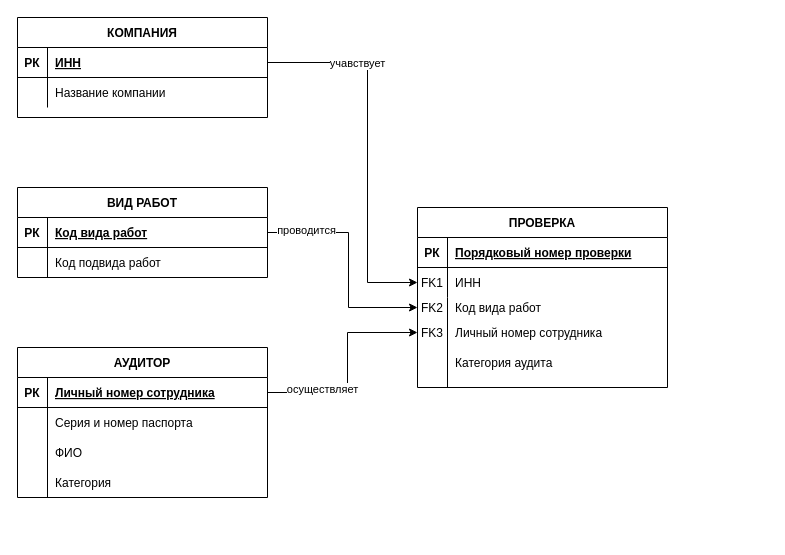
The draw.io diagram Диаграмма практика БД.drawio in lyudmilareshetyuk/practice-system-Gauss, before the edit. Source tidied: cells renumbered, new cells numbered last; positions are measured from the earlier drawing's top-left corner, leaving out a move shared by most shapes. Both pictures are drawn from the tidied source at 100%, with x=0, y=0 at pixel (17, 17).
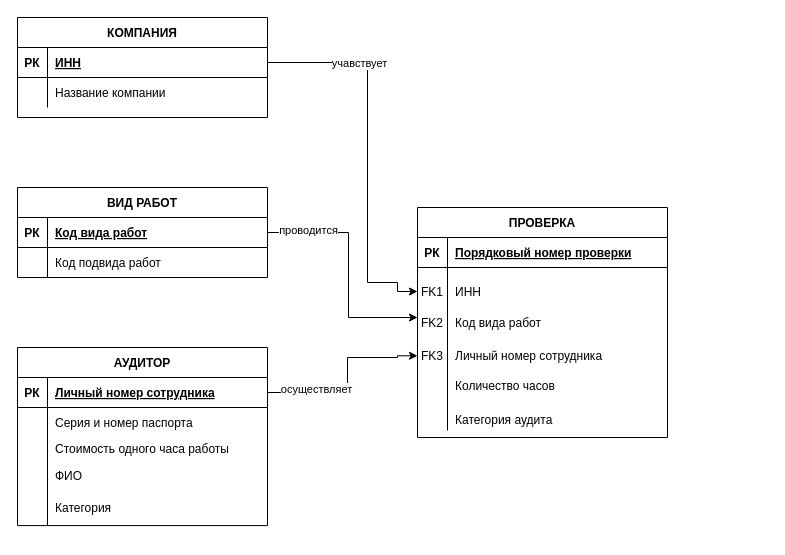
Above is the later version.

Unchanged cells that the change refers to:
```xml
<mxCell id="3" style="shape=partialRectangle;fillColor=none;points=[[0,0.5],[1,0.5]];portConstraint=eastwest;top=0;left=0;right=0;bottom=1;" parent="2" vertex="1">
  <mxGeometry y="30" width="250" height="30" as="geometry" />
</mxCell>
<mxCell id="10" style="shape=partialRectangle;fillColor=none;points=[[0,0.5],[1,0.5]];portConstraint=eastwest;top=0;left=0;right=0;bottom=1;" parent="9" vertex="1">
  <mxGeometry y="30" width="250" height="30" as="geometry" />
</mxCell>
<mxCell id="38" style="shape=partialRectangle;fillColor=none;points=[[0,0.5],[1,0.5]];portConstraint=eastwest;top=0;left=0;right=0;bottom=1;" parent="37" vertex="1">
  <mxGeometry y="30" width="250" height="30" as="geometry" />
</mxCell>
```

Change to the diagram source:
```diff
@@
     <mxCell id="16" style="group;" parent="1" vertex="1">
-      <mxGeometry x="400" y="190" width="250" height="180" as="geometry" />
+      <mxGeometry x="400" y="190" width="350" height="230" as="geometry" />
     </mxCell>
     <mxCell id="17" value="ПРОВЕРКА" style="shape=table;startSize=30;childLayout=tableLayout;rowLines=0;fontStyle=1;align=center;" parent="16" vertex="1">
-      <mxGeometry width="250" height="180" as="geometry" />
+      <mxGeometry width="250" height="230" as="geometry" />
     </mxCell>
@@
     <mxCell id="24" style="shape=partialRectangle;fillColor=none;top=0;left=0;right=0;bottom=0;" parent="16" vertex="1">
-      <mxGeometry y="140" width="250" height="30" as="geometry" />
+      <mxGeometry y="160" width="250" height="36.5" as="geometry" />
     </mxCell>
     <mxCell id="25" style="shape=partialRectangle;overflow=hidden;fillColor=none;top=0;left=0;bottom=0;right=0;" parent="24" vertex="1">
-      <mxGeometry width="30" height="30" as="geometry" />
+      <mxGeometry width="30" height="36.5" as="geometry" />
     </mxCell>
-    <mxCell id="26" value="Категория аудита" style="shape=partialRectangle;overflow=hidden;fillColor=none;top=0;left=0;bottom=0;right=0;align=left;spacingLeft=6;" parent="24" vertex="1">
-      <mxGeometry x="30" width="220" height="30" as="geometry" />
+    <mxCell id="26" value="Количество часов" style="shape=partialRectangle;overflow=hidden;fillColor=none;top=0;left=0;bottom=0;right=0;align=left;spacingLeft=6;" parent="24" vertex="1">
+      <mxGeometry x="30" width="220" height="36.5" as="geometry" />
     </mxCell>
     <mxCell id="27" style="shape=partialRectangle;fillColor=none;points=[[0,0.5],[1,0.5]];portConstraint=eastwest;top=0;left=0;right=0;bottom=0;" parent="16" vertex="1">
-      <mxGeometry y="60" width="250" height="30" as="geometry" />
+      <mxGeometry y="65.7" width="250" height="36.5" as="geometry" />
     </mxCell>
-    <mxCell id="28" value="FK1" style="shape=partialRectangle;overflow=hidden;fillColor=none;top=0;left=0;bottom=0;right=0;" parent="27" vertex="1">
-      <mxGeometry width="30" height="30" as="geometry" />
-    </mxCell>
     <mxCell id="29" value="ИНН" style="shape=partialRectangle;overflow=hidden;fillColor=none;top=0;left=0;bottom=0;right=0;align=left;spacingLeft=6;" parent="27" vertex="1">
-      <mxGeometry x="30" width="220" height="30" as="geometry" />
+      <mxGeometry x="30" width="220" height="36.5" as="geometry" />
     </mxCell>
     <mxCell id="30" value="Код вида работ" style="shape=partialRectangle;overflow=hidden;fillColor=none;top=0;left=0;bottom=0;right=0;align=left;spacingLeft=6;" parent="16" vertex="1">
-      <mxGeometry x="30" y="85" width="220" height="30" as="geometry" />
+      <mxGeometry x="30" y="96.7" width="220" height="36.5" as="geometry" />
     </mxCell>
     <mxCell id="31" value="FK2" style="shape=partialRectangle;overflow=hidden;fillColor=none;top=0;left=0;bottom=0;right=0;" parent="16" vertex="1">
-      <mxGeometry y="85" width="30" height="30" as="geometry" />
+      <mxGeometry y="96.7" width="30" height="36.5" as="geometry" />
     </mxCell>
     <mxCell id="32" style="shape=partialRectangle;fillColor=none;points=[[0,0.5],[1,0.5]];portConstraint=eastwest;top=0;left=0;right=0;bottom=0;" parent="16" vertex="1">
-      <mxGeometry y="110" width="250" height="30" as="geometry" />
+      <mxGeometry y="130" width="250" height="36.5" as="geometry" />
     </mxCell>
     <mxCell id="33" value="FK3" style="shape=partialRectangle;overflow=hidden;fillColor=none;top=0;left=0;bottom=0;right=0;" parent="32" vertex="1">
-      <mxGeometry width="30" height="30" as="geometry" />
+      <mxGeometry width="30" height="36.5" as="geometry" />
     </mxCell>
     <mxCell id="34" value="Личный номер сотрудника" style="shape=partialRectangle;overflow=hidden;fillColor=none;top=0;left=0;bottom=0;right=0;align=left;spacingLeft=6;" parent="32" vertex="1">
-      <mxGeometry x="30" width="220" height="30" as="geometry" />
+      <mxGeometry x="30" width="220" height="36.5" as="geometry" />
     </mxCell>
-    <mxCell id="35" style="endArrow=none;html=1;rounded=0;strokeColor=#000000;" parent="16" edge="1">
+    <mxCell id="35" style="endArrow=none;html=1;rounded=0;strokeColor=#000000;exitX=0.12;exitY=1.06;exitDx=0;exitDy=0;exitPerimeter=0;" parent="16" edge="1" source="58">
       <mxGeometry relative="1" as="geometry">
-        <mxPoint x="30" y="180" as="sourcePoint" />
-        <mxPoint x="30" y="90" as="targetPoint" />
+        <mxPoint x="30" y="80" as="targetPoint" />
       </mxGeometry>
     </mxCell>
+    <mxCell id="57" value="Категория аудита" style="shape=partialRectangle;overflow=hidden;fillColor=none;top=0;left=0;bottom=0;right=0;align=left;spacingLeft=6;" parent="16" vertex="1">
+      <mxGeometry x="30" y="193.5" width="220" height="36.5" as="geometry" />
+    </mxCell>
+    <mxCell id="28" value="FK1" style="shape=partialRectangle;overflow=hidden;fillColor=none;top=0;left=0;bottom=0;right=0;" parent="16" vertex="1">
+      <mxGeometry y="65.7" width="30" height="36.5" as="geometry" />
+    </mxCell>
+    <mxCell id="58" style="shape=partialRectangle;fillColor=none;points=[[0,0.5],[1,0.5]];portConstraint=eastwest;top=0;left=0;right=0;bottom=0;" parent="16" vertex="1">
+      <mxGeometry y="170" width="250" height="50" as="geometry" />
+    </mxCell>
+    <mxCell id="59" style="shape=partialRectangle;overflow=hidden;fillColor=none;top=0;left=0;bottom=0;right=0;" parent="58" vertex="1">
+      <mxGeometry width="30" height="50" as="geometry" />
+    </mxCell>
     <mxCell id="36" style="group;" parent="1" vertex="1">
-      <mxGeometry y="330" width="250" height="160" as="geometry" />
+      <mxGeometry y="330" width="250" height="190" as="geometry" />
     </mxCell>
     <mxCell id="37" value="АУДИТОР" style="shape=table;startSize=30;childLayout=tableLayout;rowLines=0;fontStyle=1;align=center;" parent="36" vertex="1">
-      <mxGeometry width="250" height="150" as="geometry" />
+      <mxGeometry width="250" height="178.1" as="geometry" />
     </mxCell>
@@
     <mxCell id="44" style="shape=partialRectangle;fillColor=none;top=0;left=0;right=0;bottom=0;" parent="36" vertex="1">
-      <mxGeometry y="100" width="250" height="30" as="geometry" />
+      <mxGeometry y="118.8" width="250" height="35.6" as="geometry" />
     </mxCell>
     <mxCell id="45" style="shape=partialRectangle;overflow=hidden;fillColor=none;top=0;left=0;bottom=0;right=0;" parent="44" vertex="1">
-      <mxGeometry width="30" height="30" as="geometry" />
+      <mxGeometry width="30" height="35.6" as="geometry" />
     </mxCell>
     <mxCell id="46" style="shape=partialRectangle;fillColor=none;top=0;left=0;right=0;bottom=0;" parent="36" vertex="1">
-      <mxGeometry y="120" width="250" height="30" as="geometry" />
+      <mxGeometry y="142.5" width="250" height="35.6" as="geometry" />
     </mxCell>
     <mxCell id="47" style="shape=partialRectangle;overflow=hidden;fillColor=none;top=0;left=0;bottom=0;right=0;" parent="46" vertex="1">
-      <mxGeometry width="30" height="30" as="geometry" />
+      <mxGeometry width="30" height="35.6" as="geometry" />
     </mxCell>
     <mxCell id="48" value="Категория" style="shape=partialRectangle;overflow=hidden;fillColor=none;top=0;left=0;bottom=0;right=0;align=left;spacingLeft=6;" parent="46" vertex="1">
-      <mxGeometry x="30" width="220" height="30" as="geometry" />
+      <mxGeometry x="30" width="220" height="35.6" as="geometry" />
     </mxCell>
     <mxCell id="49" style="endArrow=none;html=1;rounded=0;strokeColor=#000000;" parent="36" edge="1">
       <mxGeometry relative="1" as="geometry">
-        <mxPoint x="30" y="150" as="sourcePoint" />
-        <mxPoint x="30" y="70" as="targetPoint" />
+        <mxPoint x="30" y="178.1" as="sourcePoint" />
+        <mxPoint x="30" y="83.1" as="targetPoint" />
       </mxGeometry>
     </mxCell>
     <mxCell id="50" value="ФИО" style="shape=partialRectangle;overflow=hidden;fillColor=none;top=0;left=0;bottom=0;right=0;align=left;spacingLeft=6;" parent="36" vertex="1">
-      <mxGeometry x="30" y="90" width="220" height="30" as="geometry" />
+      <mxGeometry x="30" y="110" width="220" height="35.6" as="geometry" />
     </mxCell>
+    <mxCell id="60" value="Стоимость одного часа работы" style="shape=partialRectangle;overflow=hidden;fillColor=none;top=0;left=0;bottom=0;right=0;align=left;spacingLeft=6;" parent="36" vertex="1">
+      <mxGeometry x="30" y="83.1" width="220" height="35.6" as="geometry" />
+    </mxCell>
     <mxCell id="51" style="edgeStyle=orthogonalEdgeStyle;rounded=0;jettySize=auto;html=1;exitX=1;exitY=0.5;exitDx=0;exitDy=0;" parent="1" edge="1" source="3">
       <mxGeometry relative="1" as="geometry">
-        <mxPoint x="400" y="290" as="targetPoint" />
+        <mxPoint x="400" y="300" as="targetPoint" />
         <Array as="points">
           <mxPoint x="331" y="215" />
+          <mxPoint x="331" y="300" />
+          <mxPoint x="400" y="300" />
         </Array>
       </mxGeometry>
     </mxCell>
@@
-    <mxCell id="53" style="edgeStyle=orthogonalEdgeStyle;rounded=0;jettySize=auto;html=1;entryX=0;entryY=0.5;entryDx=0;entryDy=0;" parent="1" edge="1" source="10" target="27">
+    <mxCell id="53" style="edgeStyle=orthogonalEdgeStyle;rounded=0;jettySize=auto;html=1;" parent="1" edge="1" source="10">
       <mxGeometry relative="1" as="geometry">
+        <mxPoint x="400" y="274" as="targetPoint" />
         <Array as="points">
           <mxPoint x="350" y="45" />
           <mxPoint x="350" y="265" />
+          <mxPoint x="380" y="265" />
+          <mxPoint x="380" y="274" />
         </Array>
       </mxGeometry>
     </mxCell>
@@
     <mxCell id="55" style="edgeStyle=orthogonalEdgeStyle;rounded=0;jettySize=auto;html=1;exitX=1;exitY=0.5;exitDx=0;exitDy=0;entryX=0;entryY=0.5;entryDx=0;entryDy=0;" parent="1" edge="1" source="38" target="32">
       <mxGeometry relative="1" as="geometry">
         <Array as="points">
           <mxPoint x="330" y="375" />
-          <mxPoint x="330" y="315" />
+          <mxPoint x="330" y="340" />
+          <mxPoint x="380" y="340" />
+          <mxPoint x="380" y="338" />
         </Array>
       </mxGeometry>
     </mxCell>
```
